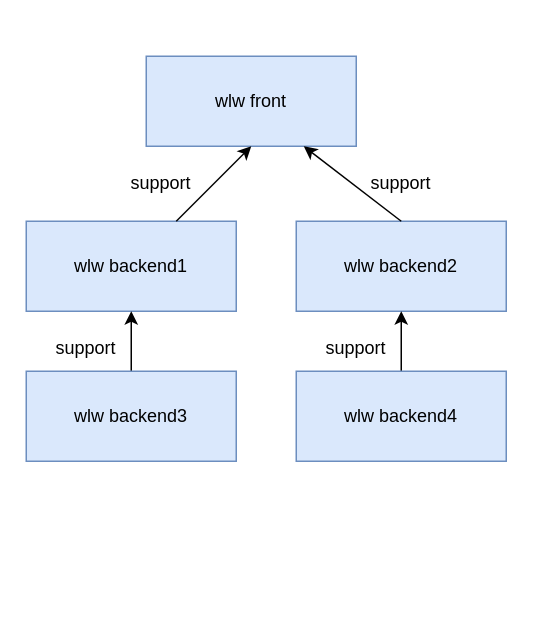
The draw.io diagram drawio/seo.drawio in VisableHarry/seo-drawio, before the edit. Source tidied: cells renumbered, new cells numbered last; positions are measured from the earlier drawing's top-left corner, leaving out a move shared by most shapes. Both pictures are drawn from the tidied source at 150%, with x=0, y=0 at pixel (26, 56).
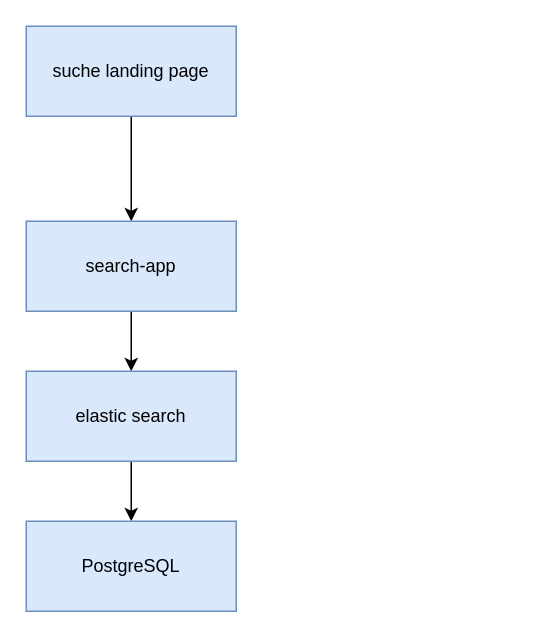
After the change.

The edit, as a diff of the source:
```diff
@@
 <mxGraphModel>
   <root>
     <mxCell id="0" />
     <mxCell id="1" parent="0" />
+    <mxCell id="15" style="edgeStyle=orthogonalEdgeStyle;rounded=0;jettySize=auto;html=1;exitX=0.5;exitY=1;exitDx=0;exitDy=0;entryX=0.5;entryY=0;entryDx=0;entryDy=0;" parent="1" edge="1" source="2" target="3">
+      <mxGeometry relative="1" as="geometry" />
+    </mxCell>
-    <mxCell id="2" value="wlw front" style="rounded=0;whiteSpace=wrap;html=1;fillColor=#dae8fc;strokeColor=#6c8ebf;" parent="1" vertex="1">
-      <mxGeometry x="80" width="140" height="60" as="geometry" />
+    <mxCell id="2" value="suche landing page" style="rounded=0;whiteSpace=wrap;html=1;fillColor=#dae8fc;strokeColor=#6c8ebf;" parent="1" vertex="1">
+      <mxGeometry y="-20" width="140" height="60" as="geometry" />
     </mxCell>
+    <mxCell id="16" style="edgeStyle=orthogonalEdgeStyle;rounded=0;jettySize=auto;html=1;exitX=0.5;exitY=1;exitDx=0;exitDy=0;entryX=0.5;entryY=0;entryDx=0;entryDy=0;" parent="1" edge="1" source="3" target="6">
+      <mxGeometry relative="1" as="geometry" />
+    </mxCell>
-    <mxCell id="3" value="wlw backend1" style="rounded=0;whiteSpace=wrap;html=1;fillColor=#dae8fc;strokeColor=#6c8ebf;" parent="1" vertex="1">
+    <mxCell id="3" value="search-app" style="rounded=0;whiteSpace=wrap;html=1;fillColor=#dae8fc;strokeColor=#6c8ebf;" parent="1" vertex="1">
       <mxGeometry y="110" width="140" height="60" as="geometry" />
     </mxCell>
-    <mxCell id="4" value="wlw backend2" style="rounded=0;whiteSpace=wrap;html=1;fillColor=#dae8fc;strokeColor=#6c8ebf;" parent="1" vertex="1">
-      <mxGeometry x="180" y="110" width="140" height="60" as="geometry" />
-    </mxCell>
-    <mxCell id="5" style="edgeStyle=orthogonalEdgeStyle;rounded=0;jettySize=auto;html=1;exitX=0.5;exitY=0;exitDx=0;exitDy=0;entryX=0.5;entryY=1;entryDx=0;entryDy=0;" parent="1" edge="1" source="6" target="3">
-      <mxGeometry relative="1" as="geometry" />
-    </mxCell>
+    <mxCell id="17" style="edgeStyle=orthogonalEdgeStyle;rounded=0;jettySize=auto;html=1;exitX=0.5;exitY=1;exitDx=0;exitDy=0;entryX=0.5;entryY=0;entryDx=0;entryDy=0;" parent="1" edge="1" source="6" target="8">
+      <mxGeometry relative="1" as="geometry" />
+    </mxCell>
-    <mxCell id="6" value="wlw backend3" style="rounded=0;whiteSpace=wrap;html=1;fillColor=#dae8fc;strokeColor=#6c8ebf;" parent="1" vertex="1">
+    <mxCell id="6" value="elastic search" style="rounded=0;whiteSpace=wrap;html=1;fillColor=#dae8fc;strokeColor=#6c8ebf;" parent="1" vertex="1">
       <mxGeometry y="210" width="140" height="60" as="geometry" />
     </mxCell>
-    <mxCell id="7" style="edgeStyle=orthogonalEdgeStyle;rounded=0;jettySize=auto;html=1;entryX=0.5;entryY=1;entryDx=0;entryDy=0;" parent="1" edge="1" source="8" target="4">
-      <mxGeometry relative="1" as="geometry" />
-    </mxCell>
-    <mxCell id="8" value="wlw backend4" style="rounded=0;whiteSpace=wrap;html=1;fillColor=#dae8fc;strokeColor=#6c8ebf;" parent="1" vertex="1">
-      <mxGeometry x="180" y="210" width="140" height="60" as="geometry" />
+    <mxCell id="8" value="PostgreSQL" style="rounded=0;whiteSpace=wrap;html=1;fillColor=#dae8fc;strokeColor=#6c8ebf;" parent="1" vertex="1">
+      <mxGeometry y="310" width="140" height="60" as="geometry" />
     </mxCell>
-    <mxCell id="9" style="endArrow=classic;html=1;rounded=0;entryX=0.5;entryY=1;entryDx=0;entryDy=0;" parent="1" edge="1" source="3" target="2">
-      <mxGeometry relative="1" as="geometry" />
-    </mxCell>
-    <mxCell id="10" style="endArrow=classic;html=1;rounded=0;entryX=0.75;entryY=1;entryDx=0;entryDy=0;exitX=0.5;exitY=0;exitDx=0;exitDy=0;" parent="1" edge="1" source="4" target="2">
-      <mxGeometry relative="1" as="geometry" />
-    </mxCell>
-    <mxCell id="11" value="support" style="text;strokeColor=none;align=center;fillColor=none;html=1;verticalAlign=middle;whiteSpace=wrap;rounded=0;" parent="1" vertex="1">
-      <mxGeometry x="60" y="70" width="60" height="30" as="geometry" />
-    </mxCell>
-    <mxCell id="12" value="support" style="text;strokeColor=none;align=center;fillColor=none;html=1;verticalAlign=middle;whiteSpace=wrap;rounded=0;" parent="1" vertex="1">
-      <mxGeometry x="220" y="70" width="60" height="30" as="geometry" />
-    </mxCell>
-    <mxCell id="13" value="support" style="text;strokeColor=none;align=center;fillColor=none;html=1;verticalAlign=middle;whiteSpace=wrap;rounded=0;" parent="1" vertex="1">
-      <mxGeometry x="10" y="180" width="60" height="30" as="geometry" />
-    </mxCell>
-    <mxCell id="14" value="support" style="text;strokeColor=none;align=center;fillColor=none;html=1;verticalAlign=middle;whiteSpace=wrap;rounded=0;" parent="1" vertex="1">
-      <mxGeometry x="190" y="180" width="60" height="30" as="geometry" />
-    </mxCell>
   </root>
 </mxGraphModel>
```
